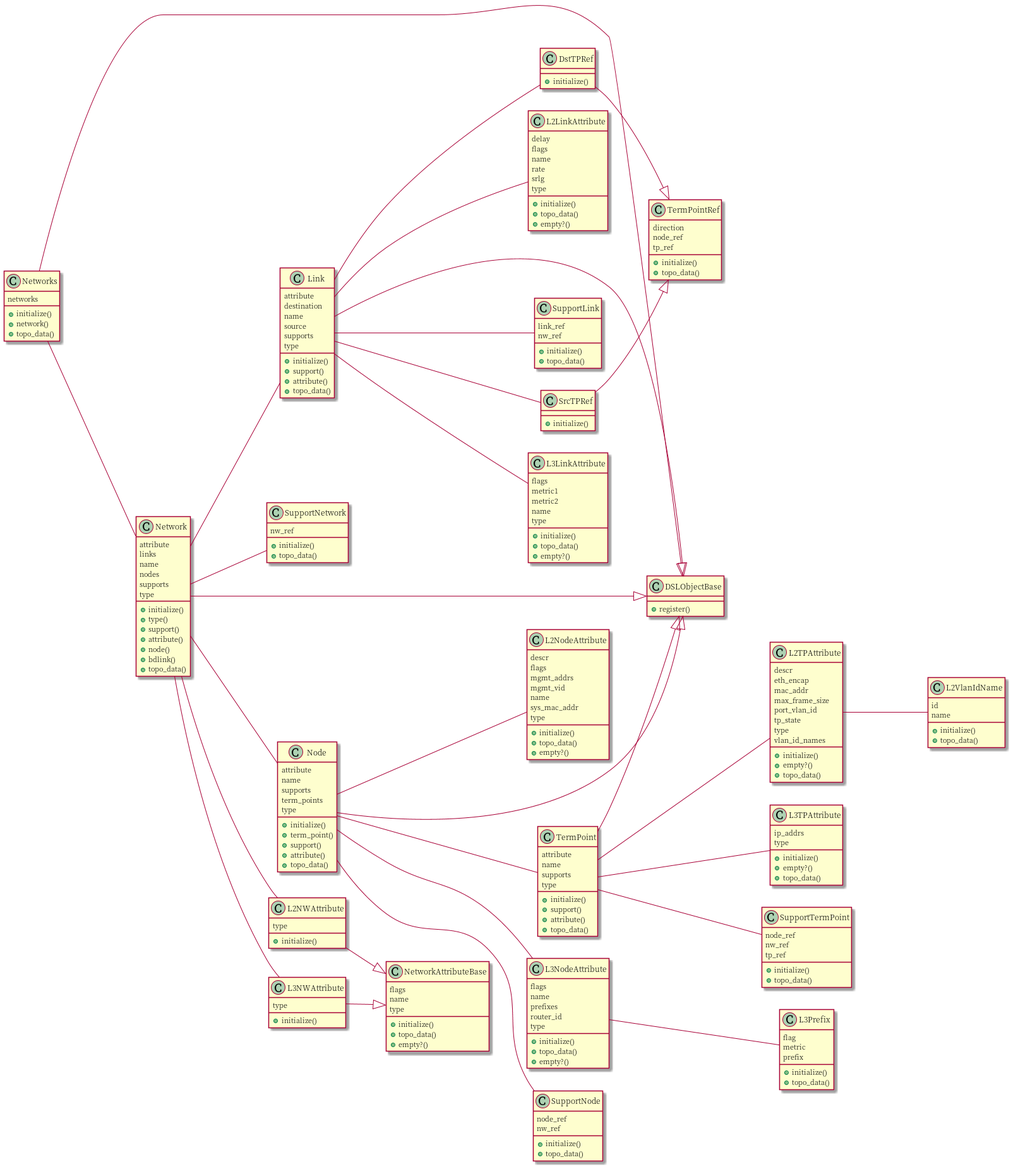
This is fig/dsl.png from corestate55/netomox, a PlantUML export, as it was before one commit. Its diagram source:
```plantuml
@startuml
left to right direction
class Networks {
  +initialize()
  +network()
  +topo_data()
  networks
}
Networks --|> DSLObjectBase
Networks --- Network
class L2VlanIdName {
  +initialize()
  +topo_data()
  id
  name
}
class L2TPAttribute {
  +initialize()
  +empty?()
  +topo_data()
  descr
  eth_encap
  mac_addr
  max_frame_size
  port_vlan_id
  tp_state
  type
  vlan_id_names
}
L2TPAttribute --- L2VlanIdName
class L3TPAttribute {
  +initialize()
  +empty?()
  +topo_data()
  ip_addrs
  type
}
class L3LinkAttribute {
  +initialize()
  +topo_data()
  +empty?()
  flags
  metric1
  metric2
  name
  type
}
class L2LinkAttribute {
  +initialize()
  +topo_data()
  +empty?()
  delay
  flags
  name
  rate
  srlg
  type
}
class SupportNode {
  +initialize()
  +topo_data()
  node_ref
  nw_ref
}
class Node {
  +initialize()
  +term_point()
  +support()
  +attribute()
  +topo_data()
  attribute
  name
  supports
  term_points
  type
}
Node --|> DSLObjectBase
Node --- L2NodeAttribute
Node --- L3NodeAttribute
Node --- SupportNode
Node --- TermPoint
class NetworkAttributeBase {
  +initialize()
  +topo_data()
  +empty?()
  flags
  name
  type
}
class L3NWAttribute {
  +initialize()
  type
}
L3NWAttribute --|> NetworkAttributeBase
class L2NWAttribute {
  +initialize()
  type
}
L2NWAttribute --|> NetworkAttributeBase
class DSLObjectBase {
  +register()
}
class SupportLink {
  +initialize()
  +topo_data()
  link_ref
  nw_ref
}
class TermPointRef {
  +initialize()
  +topo_data()
  direction
  node_ref
  tp_ref
}
class SrcTPRef {
  +initialize()
}
SrcTPRef --|> TermPointRef
class DstTPRef {
  +initialize()
}
DstTPRef --|> TermPointRef
class Link {
  +initialize()
  +support()
  +attribute()
  +topo_data()
  attribute
  destination
  name
  source
  supports
  type
}
Link --|> DSLObjectBase
Link --- DstTPRef
Link --- L2LinkAttribute
Link --- L3LinkAttribute
Link --- SrcTPRef
Link --- SupportLink
class SupportTermPoint {
  +initialize()
  +topo_data()
  node_ref
  nw_ref
  tp_ref
}
class TermPoint {
  +initialize()
  +support()
  +attribute()
  +topo_data()
  attribute
  name
  supports
  type
}
TermPoint --|> DSLObjectBase
TermPoint --- L2TPAttribute
TermPoint --- L3TPAttribute
TermPoint --- SupportTermPoint
class SupportNetwork {
  +initialize()
  +topo_data()
  nw_ref
}
class Network {
  +initialize()
  +type()
  +support()
  +attribute()
  +node()
  +bdlink()
  +topo_data()
  attribute
  links
  name
  nodes
  supports
  type
}
Network --|> DSLObjectBase
Network --- L2NWAttribute
Network --- L3NWAttribute
Network --- Link
Network --- Node
Network --- SupportNetwork
class L3Prefix {
  +initialize()
  +topo_data()
  flag
  metric
  prefix
}
class L3NodeAttribute {
  +initialize()
  +topo_data()
  +empty?()
  flags
  name
  prefixes
  router_id
  type
}
L3NodeAttribute --- L3Prefix
class L2NodeAttribute {
  +initialize()
  +topo_data()
  +empty?()
  descr
  flags
  mgmt_addrs
  mgmt_vid
  name
  sys_mac_addr
  type
}
@enduml
```
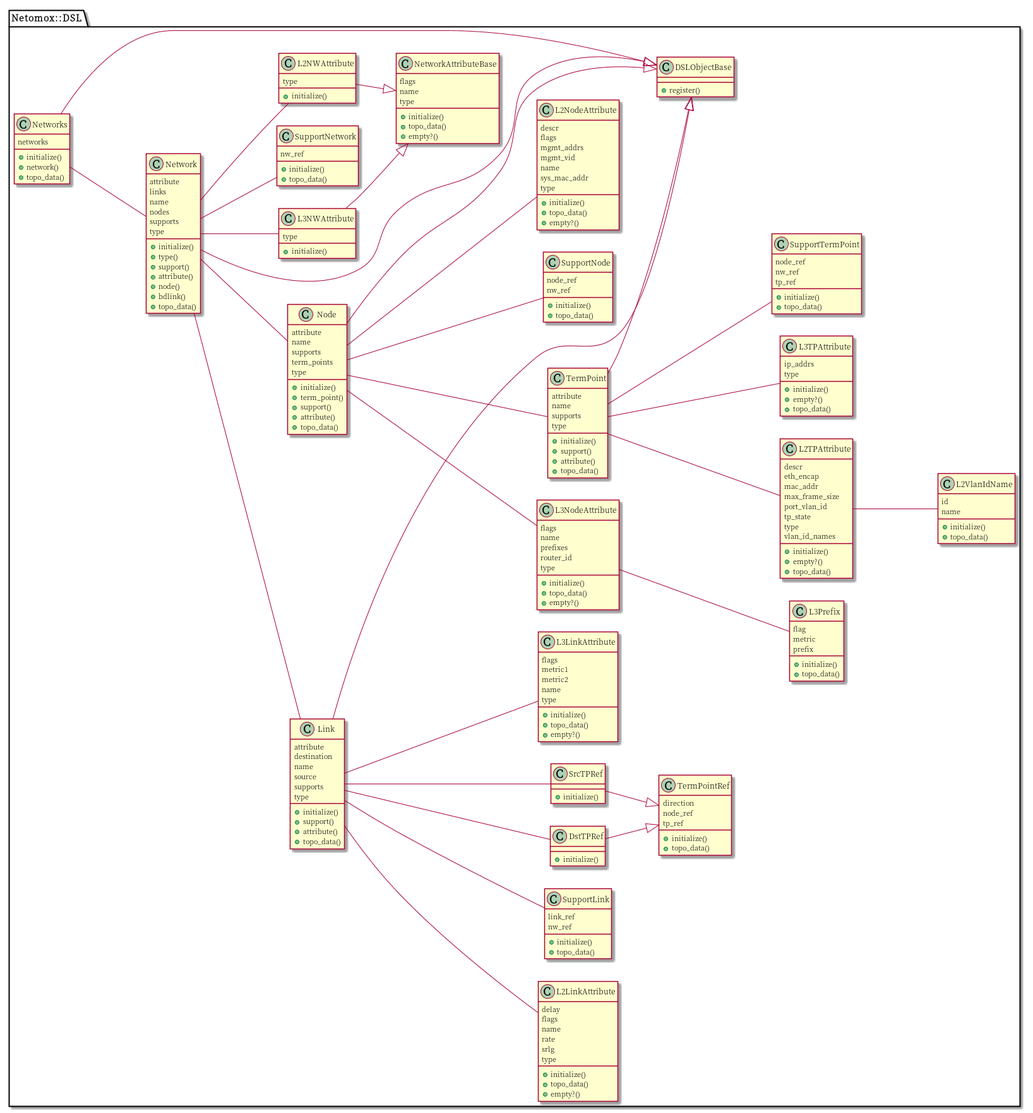
The same file after the commit.

Change to the diagram source:
```diff
@@ -1,41 +1,40 @@
 @startuml
 left to right direction
-class Networks {
-  +initialize()
-  +network()
-  +topo_data()
-  networks
+set namespaceSeparator ::
+class Netomox::DSL::DSLObjectBase {
+  +register()
 }
-Networks --|> DSLObjectBase
-Networks --- Network
-class L2VlanIdName {
+class Netomox::DSL::L3Prefix {
   +initialize()
   +topo_data()
-  id
+  flag
+  metric
+  prefix
+}
+class Netomox::DSL::L3NodeAttribute {
+  +initialize()
+  +topo_data()
+  +empty?()
+  flags
   name
-}
-class L2TPAttribute {
-  +initialize()
-  +empty?()
-  +topo_data()
-  descr
-  eth_encap
-  mac_addr
-  max_frame_size
-  port_vlan_id
-  tp_state
-  type
-  vlan_id_names
-}
-L2TPAttribute --- L2VlanIdName
-class L3TPAttribute {
-  +initialize()
-  +empty?()
-  +topo_data()
-  ip_addrs
+  prefixes
+  router_id
   type
 }
-class L3LinkAttribute {
+Netomox::DSL::L3NodeAttribute --- Netomox::DSL::L3Prefix
+class Netomox::DSL::L2NodeAttribute {
+  +initialize()
+  +topo_data()
+  +empty?()
+  descr
+  flags
+  mgmt_addrs
+  mgmt_vid
+  name
+  sys_mac_addr
+  type
+}
+class Netomox::DSL::L3LinkAttribute {
   +initialize()
   +topo_data()
   +empty?()
@@ -45,7 +44,7 @@
   name
   type
 }
-class L2LinkAttribute {
+class Netomox::DSL::L2LinkAttribute {
   +initialize()
   +topo_data()
   +empty?()
@@ -56,13 +55,21 @@
   srlg
   type
 }
-class SupportNode {
+class Netomox::DSL::Networks {
+  +initialize()
+  +network()
+  +topo_data()
+  networks
+}
+Netomox::DSL::Networks --|> Netomox::DSL::DSLObjectBase
+Netomox::DSL::Networks --- Netomox::DSL::Network
+class Netomox::DSL::SupportNode {
   +initialize()
   +topo_data()
   node_ref
   nw_ref
 }
-class Node {
+class Netomox::DSL::Node {
   +initialize()
   +term_point()
   +support()
@@ -74,98 +81,17 @@
   term_points
   type
 }
-Node --|> DSLObjectBase
-Node --- L2NodeAttribute
-Node --- L3NodeAttribute
-Node --- SupportNode
-Node --- TermPoint
-class NetworkAttributeBase {
-  +initialize()
-  +topo_data()
-  +empty?()
-  flags
-  name
-  type
-}
-class L3NWAttribute {
-  +initialize()
-  type
-}
-L3NWAttribute --|> NetworkAttributeBase
-class L2NWAttribute {
-  +initialize()
-  type
-}
-L2NWAttribute --|> NetworkAttributeBase
-class DSLObjectBase {
-  +register()
-}
-class SupportLink {
-  +initialize()
-  +topo_data()
-  link_ref
-  nw_ref
-}
-class TermPointRef {
-  +initialize()
-  +topo_data()
-  direction
-  node_ref
-  tp_ref
-}
-class SrcTPRef {
-  +initialize()
-}
-SrcTPRef --|> TermPointRef
-class DstTPRef {
-  +initialize()
-}
-DstTPRef --|> TermPointRef
-class Link {
-  +initialize()
-  +support()
-  +attribute()
-  +topo_data()
-  attribute
-  destination
-  name
-  source
-  supports
-  type
-}
-Link --|> DSLObjectBase
-Link --- DstTPRef
-Link --- L2LinkAttribute
-Link --- L3LinkAttribute
-Link --- SrcTPRef
-Link --- SupportLink
-class SupportTermPoint {
-  +initialize()
-  +topo_data()
-  node_ref
-  nw_ref
-  tp_ref
-}
-class TermPoint {
-  +initialize()
-  +support()
-  +attribute()
-  +topo_data()
-  attribute
-  name
-  supports
-  type
-}
-TermPoint --|> DSLObjectBase
-TermPoint --- L2TPAttribute
-TermPoint --- L3TPAttribute
-TermPoint --- SupportTermPoint
-class SupportNetwork {
+Netomox::DSL::Node --|> Netomox::DSL::DSLObjectBase
+Netomox::DSL::Node --- Netomox::DSL::L2NodeAttribute
+Netomox::DSL::Node --- Netomox::DSL::L3NodeAttribute
+Netomox::DSL::Node --- Netomox::DSL::SupportNode
+Netomox::DSL::Node --- Netomox::DSL::TermPoint
+class Netomox::DSL::SupportNetwork {
   +initialize()
   +topo_data()
   nw_ref
 }
-class Network {
+class Netomox::DSL::Network {
   +initialize()
   +type()
   +support()
@@ -180,40 +106,115 @@
   supports
   type
 }
-Network --|> DSLObjectBase
-Network --- L2NWAttribute
-Network --- L3NWAttribute
-Network --- Link
-Network --- Node
-Network --- SupportNetwork
-class L3Prefix {
+Netomox::DSL::Network --|> Netomox::DSL::DSLObjectBase
+Netomox::DSL::Network --- Netomox::DSL::L2NWAttribute
+Netomox::DSL::Network --- Netomox::DSL::L3NWAttribute
+Netomox::DSL::Network --- Netomox::DSL::Link
+Netomox::DSL::Network --- Netomox::DSL::Node
+Netomox::DSL::Network --- Netomox::DSL::SupportNetwork
+class Netomox::DSL::L2VlanIdName {
   +initialize()
   +topo_data()
-  flag
-  metric
-  prefix
+  id
+  name
 }
-class L3NodeAttribute {
+class Netomox::DSL::L2TPAttribute {
+  +initialize()
+  +empty?()
+  +topo_data()
+  descr
+  eth_encap
+  mac_addr
+  max_frame_size
+  port_vlan_id
+  tp_state
+  type
+  vlan_id_names
+}
+Netomox::DSL::L2TPAttribute --- Netomox::DSL::L2VlanIdName
+class Netomox::DSL::L3TPAttribute {
+  +initialize()
+  +empty?()
+  +topo_data()
+  ip_addrs
+  type
+}
+class Netomox::DSL::SupportTermPoint {
+  +initialize()
+  +topo_data()
+  node_ref
+  nw_ref
+  tp_ref
+}
+class Netomox::DSL::TermPoint {
+  +initialize()
+  +support()
+  +attribute()
+  +topo_data()
+  attribute
+  name
+  supports
+  type
+}
+Netomox::DSL::TermPoint --|> Netomox::DSL::DSLObjectBase
+Netomox::DSL::TermPoint --- Netomox::DSL::L2TPAttribute
+Netomox::DSL::TermPoint --- Netomox::DSL::L3TPAttribute
+Netomox::DSL::TermPoint --- Netomox::DSL::SupportTermPoint
+class Netomox::DSL::SupportLink {
+  +initialize()
+  +topo_data()
+  link_ref
+  nw_ref
+}
+class Netomox::DSL::TermPointRef {
+  +initialize()
+  +topo_data()
+  direction
+  node_ref
+  tp_ref
+}
+class Netomox::DSL::SrcTPRef {
+  +initialize()
+}
+Netomox::DSL::SrcTPRef --|> Netomox::DSL::TermPointRef
+class Netomox::DSL::DstTPRef {
+  +initialize()
+}
+Netomox::DSL::DstTPRef --|> Netomox::DSL::TermPointRef
+class Netomox::DSL::Link {
+  +initialize()
+  +support()
+  +attribute()
+  +topo_data()
+  attribute
+  destination
+  name
+  source
+  supports
+  type
+}
+Netomox::DSL::Link --|> Netomox::DSL::DSLObjectBase
+Netomox::DSL::Link --- Netomox::DSL::DstTPRef
+Netomox::DSL::Link --- Netomox::DSL::L2LinkAttribute
+Netomox::DSL::Link --- Netomox::DSL::L3LinkAttribute
+Netomox::DSL::Link --- Netomox::DSL::SrcTPRef
+Netomox::DSL::Link --- Netomox::DSL::SupportLink
+class Netomox::DSL::NetworkAttributeBase {
   +initialize()
   +topo_data()
   +empty?()
   flags
   name
-  prefixes
-  router_id
   type
 }
-L3NodeAttribute --- L3Prefix
-class L2NodeAttribute {
+class Netomox::DSL::L3NWAttribute {
   +initialize()
-  +topo_data()
-  +empty?()
-  descr
-  flags
-  mgmt_addrs
-  mgmt_vid
-  name
-  sys_mac_addr
   type
 }
+Netomox::DSL::L3NWAttribute --|> Netomox::DSL::NetworkAttributeBase
+class Netomox::DSL::L2NWAttribute {
+  +initialize()
+  type
+}
+Netomox::DSL::L2NWAttribute --|> Netomox::DSL::NetworkAttributeBase
 @enduml
```
